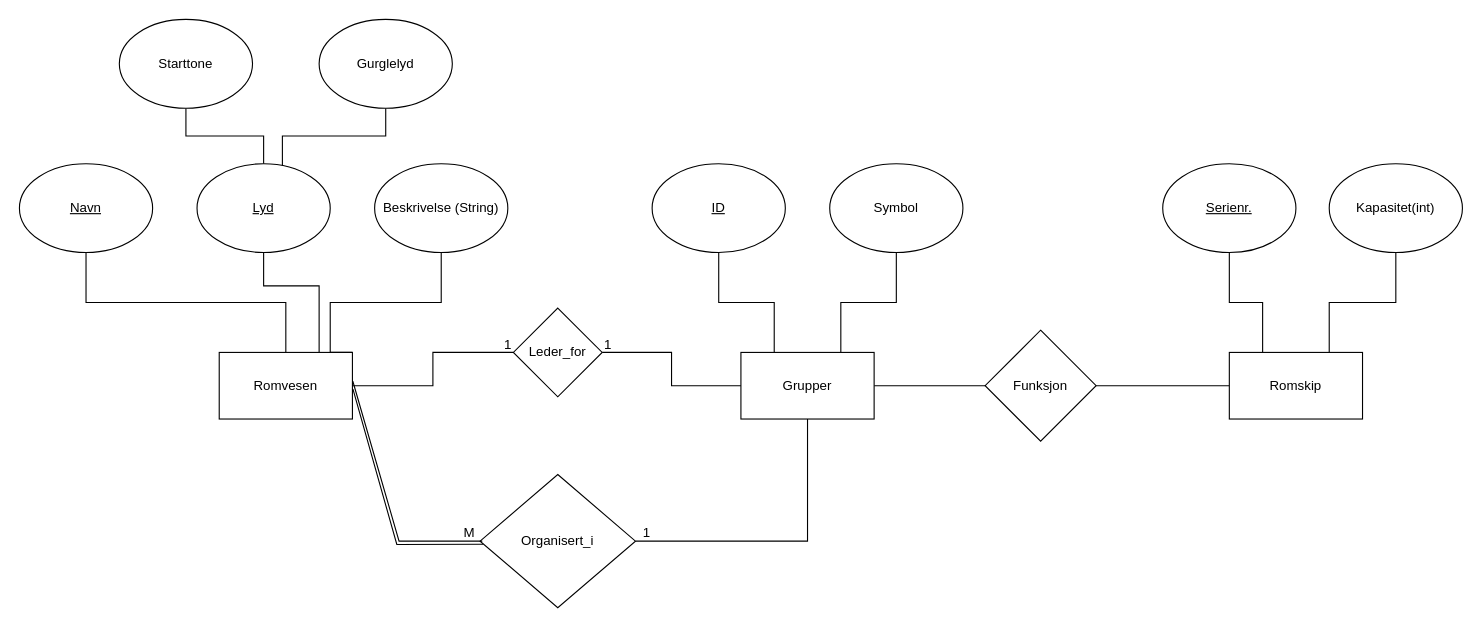
This is Huff_alians.drawio from Hakonovrebo/Trix, a draw.io file, before an edit. Source tidied: cells renumbered, new cells numbered last; positions are measured from the earlier drawing's top-left corner, leaving out a move shared by most shapes. Both pictures are drawn from the tidied source at 111%, with x=0, y=0 at pixel (19, 19).
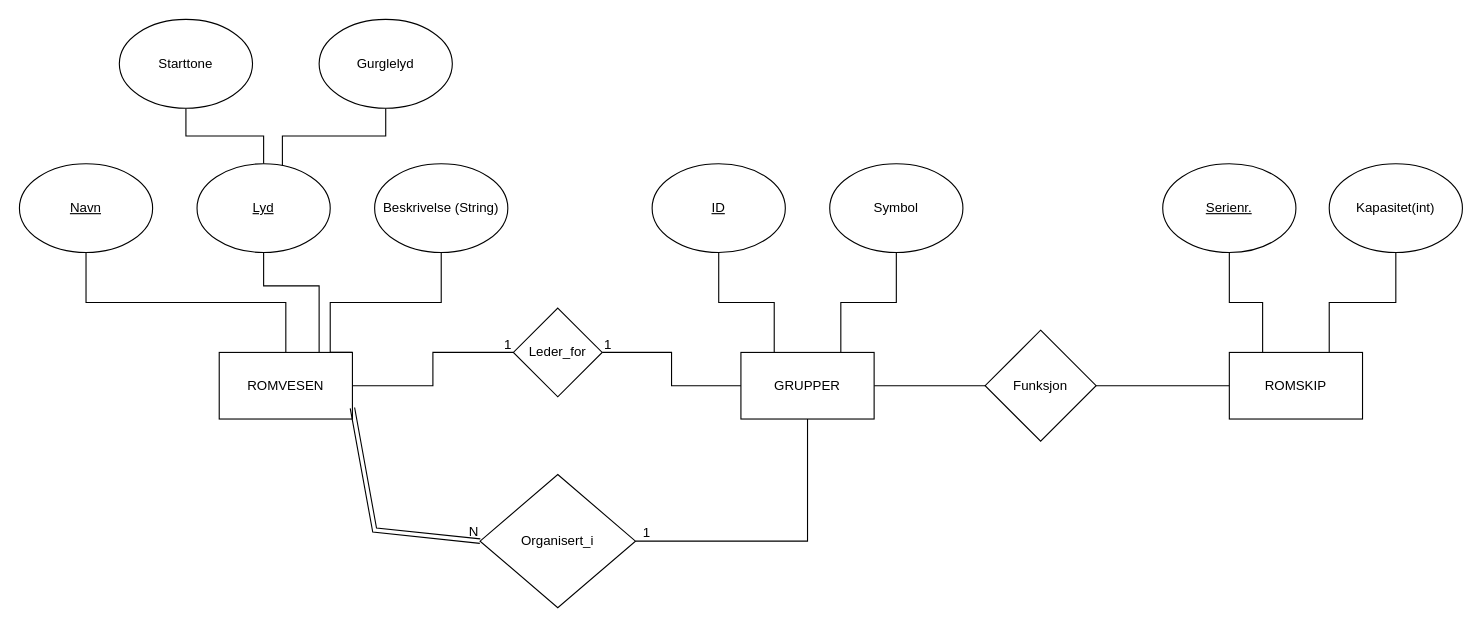
The same page after the edit.

Unchanged cells that the change refers to:
```xml
<mxCell id="15" value="Organisert_i" style="rhombus;whiteSpace=wrap;html=1;rounded=0;" parent="1" vertex="1">
  <mxGeometry x="415" y="410" width="140" height="120" as="geometry" />
</mxCell>
```

What changed in the source:
```diff
@@
-    <mxCell id="6" value="Romvesen" style="rounded=0;whiteSpace=wrap;html=1;" parent="1" vertex="1">
+    <mxCell id="6" value="ROMVESEN" style="rounded=0;whiteSpace=wrap;html=1;" parent="1" vertex="1">
       <mxGeometry x="180" y="300" width="120" height="60" as="geometry" />
     </mxCell>
@@
-    <mxCell id="19" value="Grupper" style="whiteSpace=wrap;html=1;rounded=0;" parent="1" vertex="1">
+    <mxCell id="19" value="GRUPPER" style="whiteSpace=wrap;html=1;rounded=0;" parent="1" vertex="1">
       <mxGeometry x="650" y="300" width="120" height="60" as="geometry" />
     </mxCell>
-    <mxCell id="20" style="endArrow=none;html=1;rounded=0;exitX=1.004;exitY=0.551;exitDx=0;exitDy=0;exitPerimeter=0;entryX=0.02;entryY=0.523;entryDx=0;entryDy=0;entryPerimeter=0;" parent="1" edge="1" source="6" target="15">
-      <mxGeometry relative="1" as="geometry">
-        <Array as="points">
-          <mxPoint x="340" y="473" />
-        </Array>
-      </mxGeometry>
-    </mxCell>
@@
-    <mxCell id="22" value="M" style="text;html=1;align=center;verticalAlign=middle;strokeColor=none;fillColor=none;" parent="1" vertex="1">
-      <mxGeometry x="390" y="448" width="30" height="30" as="geometry" />
-    </mxCell>
-    <mxCell id="23" style="endArrow=none;html=1;rounded=0;exitX=1.003;exitY=0.433;exitDx=0;exitDy=0;entryX=0;entryY=0.5;entryDx=0;entryDy=0;exitPerimeter=0;" parent="1" edge="1" source="6">
-      <mxGeometry relative="1" as="geometry">
-        <mxPoint x="417" y="470" as="targetPoint" />
-        <Array as="points">
-          <mxPoint x="342" y="470" />
-        </Array>
-      </mxGeometry>
-    </mxCell>
@@
-    <mxCell id="32" value="Romskip" style="whiteSpace=wrap;html=1;rounded=0;" parent="1" vertex="1">
+    <mxCell id="32" value="ROMSKIP" style="whiteSpace=wrap;html=1;rounded=0;" parent="1" vertex="1">
       <mxGeometry x="1090" y="300" width="120" height="60" as="geometry" />
     </mxCell>
@@
+    <mxCell id="37" style="shape=link;html=1;rounded=0;entryX=0;entryY=0.5;entryDx=0;entryDy=0;" parent="1" edge="1" target="15">
+      <mxGeometry relative="1" as="geometry">
+        <mxPoint x="300" y="350" as="sourcePoint" />
+        <Array as="points">
+          <mxPoint x="320" y="460" />
+        </Array>
+      </mxGeometry>
+    </mxCell>
+    <mxCell id="38" value="N" style="html=1;whiteSpace=wrap;align=right;verticalAlign=bottom;" parent="37" vertex="1">
+      <mxGeometry x="1" relative="1" as="geometry" />
+    </mxCell>
```
